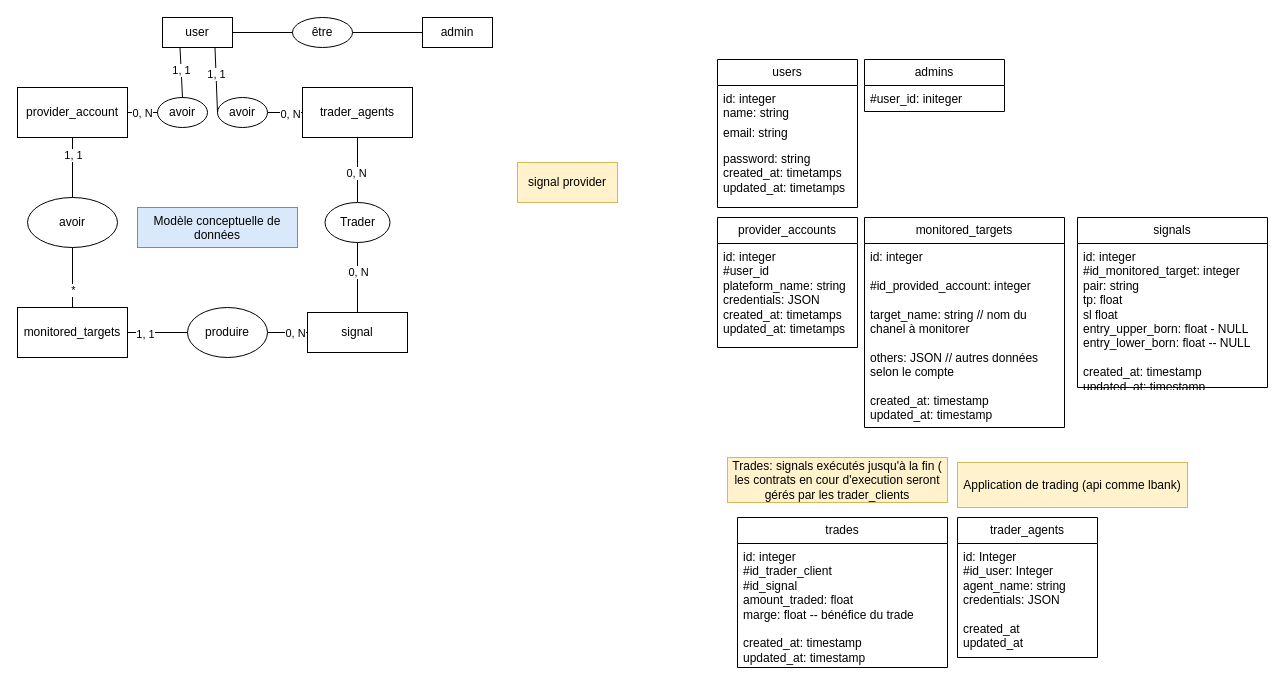
Before: resources/low level design/risk_it_project_diagrams.drawio in jo17-dev/RiskIt_api, a draw.io diagram. Source tidied: cells renumbered, new cells numbered last; positions are measured from the earlier drawing's top-left corner, leaving out a move shared by most shapes. Both pictures are drawn from the tidied source at 100%, with x=0, y=0 at pixel (17, 17).
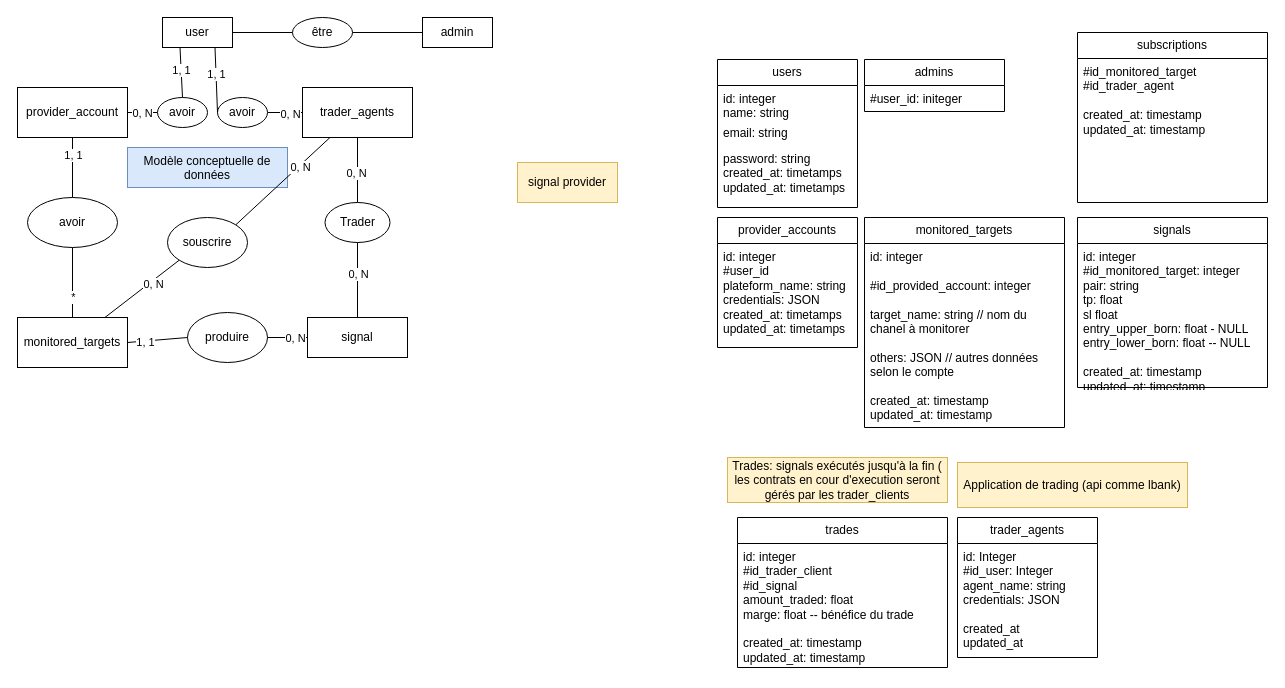
The same diagram, later.

The change refers to these unchanged cells:
```xml
<mxCell id="15" value="trader_agents" style="html=1;whiteSpace=wrap;" parent="1" vertex="1">
  <mxGeometry x="285" y="70" width="110" height="50" as="geometry" />
</mxCell>
```

Diff of the diagram source:
```diff
@@
     <mxCell id="3" value="monitored_targets" style="html=1;whiteSpace=wrap;" parent="1" vertex="1">
-      <mxGeometry y="290" width="110" height="50" as="geometry" />
+      <mxGeometry y="300" width="110" height="50" as="geometry" />
     </mxCell>
     <mxCell id="4" value="signal" style="html=1;whiteSpace=wrap;" parent="1" vertex="1">
-      <mxGeometry x="290" y="295" width="100" height="40" as="geometry" />
+      <mxGeometry x="290" y="300" width="100" height="40" as="geometry" />
     </mxCell>
@@
     <mxCell id="10" value="produire" style="ellipse;whiteSpace=wrap;html=1;" parent="1" vertex="1">
-      <mxGeometry x="170" y="290" width="80" height="50" as="geometry" />
+      <mxGeometry x="170" y="295" width="80" height="50" as="geometry" />
     </mxCell>
@@
     <mxCell id="31" value="Modèle conceptuelle de données" style="text;html=1;whiteSpace=wrap;overflow=hidden;rounded=0;fillColor=#dae8fc;strokeColor=#6c8ebf;align=center;" parent="1" vertex="1">
-      <mxGeometry x="120" y="190" width="160" height="40" as="geometry" />
+      <mxGeometry x="110" y="130" width="160" height="40" as="geometry" />
     </mxCell>
@@
+    <mxCell id="56" value="souscrire" style="ellipse;whiteSpace=wrap;html=1;" parent="1" vertex="1">
+      <mxGeometry x="150" y="200" width="80" height="50" as="geometry" />
+    </mxCell>
+    <mxCell id="57" style="endArrow=none;html=1;rounded=0;entryX=0;entryY=1;entryDx=0;entryDy=0;" parent="1" edge="1" source="3" target="56">
+      <mxGeometry relative="1" as="geometry" />
+    </mxCell>
+    <mxCell id="58" value="0, N" style="edgeLabel;html=1;align=center;verticalAlign=middle;" parent="57" vertex="1">
+      <mxGeometry x="0.26" y="-3" relative="1" as="geometry" />
+    </mxCell>
+    <mxCell id="59" style="endArrow=none;html=1;rounded=0;entryX=1;entryY=0;entryDx=0;entryDy=0;exitX=0.25;exitY=1;exitDx=0;exitDy=0;" parent="1" edge="1" source="15" target="56">
+      <mxGeometry relative="1" as="geometry" />
+    </mxCell>
+    <mxCell id="60" value="0, N" style="edgeLabel;html=1;align=center;verticalAlign=middle;" parent="59" vertex="1">
+      <mxGeometry x="-0.35" y="1" relative="1" as="geometry" />
+    </mxCell>
+    <mxCell id="61" value="subscriptions" style="swimlane;fontStyle=0;horizontal=1;startSize=26;fillColor=none;whiteSpace=wrap;html=1;" parent="1" vertex="1">
+      <mxGeometry x="1060" y="15" width="190" height="170" as="geometry" />
+    </mxCell>
+    <mxCell id="62" value="&lt;div&gt;#id_monitored_target&lt;/div&gt;&lt;div&gt;#id_trader_agent&lt;/div&gt;&lt;div&gt;&lt;br&gt;&lt;/div&gt;&lt;div&gt;&lt;div&gt;created_at: timestamp&lt;/div&gt;&lt;div&gt;updated_at: timestamp&lt;/div&gt;&lt;/div&gt;" style="text;strokeColor=none;fillColor=none;align=left;verticalAlign=top;spacingLeft=4;spacingRight=4;overflow=hidden;whiteSpace=wrap;html=1;" parent="61" vertex="1">
+      <mxGeometry y="26" width="190" height="144" as="geometry" />
+    </mxCell>
```
